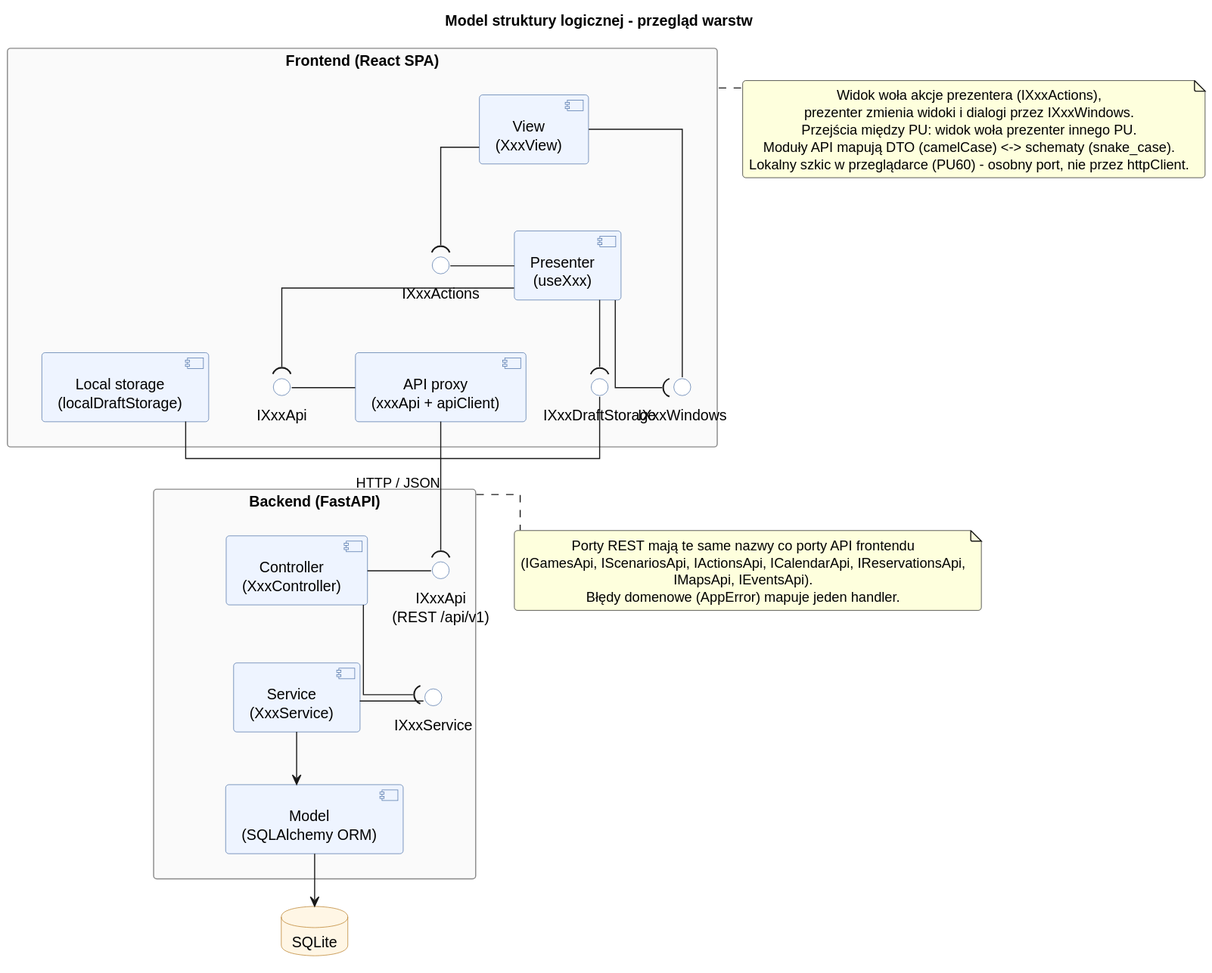
Earlier version of the PlantUML export diagrams/rendered/logic_structure_model.svg (Igor-Ochocki/POP-2026Z).
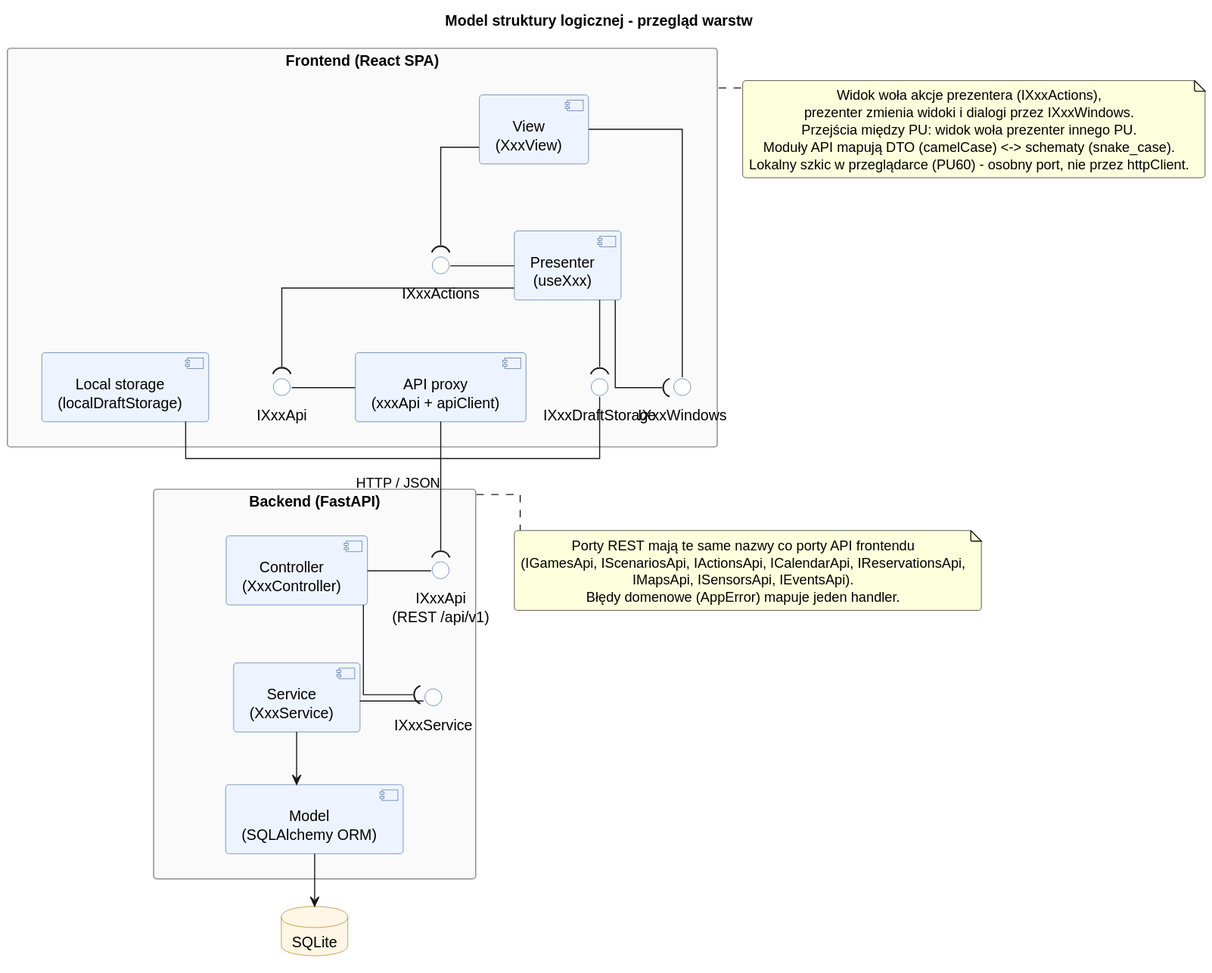
After the change.

Diff of the diagram source:
```diff
@@ -75,7 +75,7 @@
 note right of BE
     Porty REST mają te same nazwy co porty API frontendu
     (IGamesApi, IScenariosApi, IActionsApi, ICalendarApi, IReservationsApi,
-    IMapsApi, IEventsApi).
+    IMapsApi, ISensorsApi, IEventsApi).
     Błędy domenowe (AppError) mapuje jeden handler.
 end note
 @enduml
```
